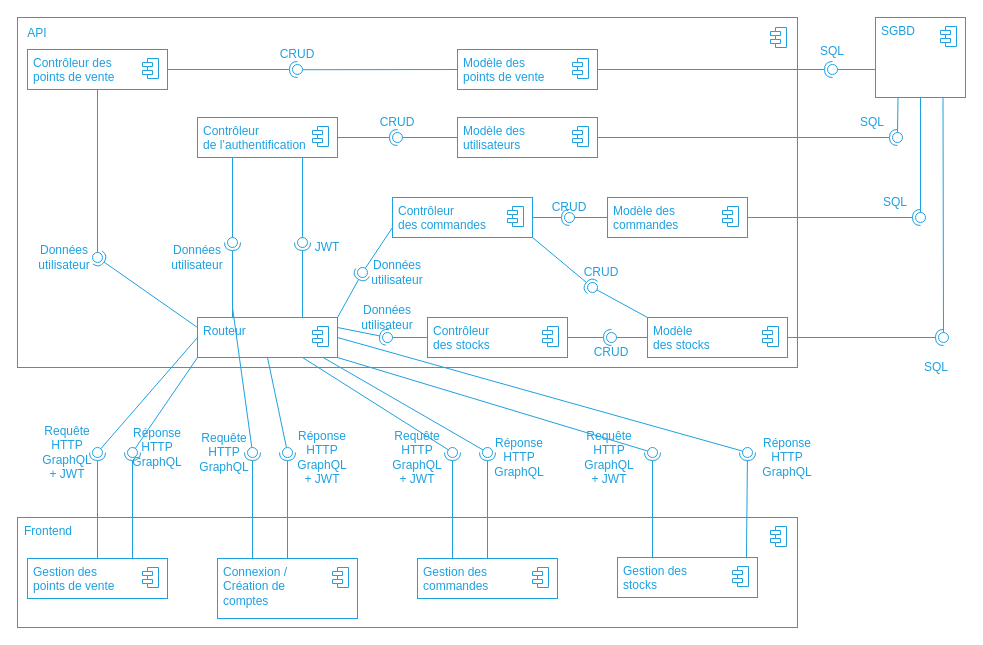
Above: img/figure_component-diagram.dio in centvingt/OCPizzaRedaction (draw.io), before the change. Source tidied: cells renumbered, new cells numbered last; positions are measured from the earlier drawing's top-left corner, leaving out a move shared by most shapes. Both pictures are drawn from the tidied source at 100%, with x=0, y=0 at pixel (17, 17).
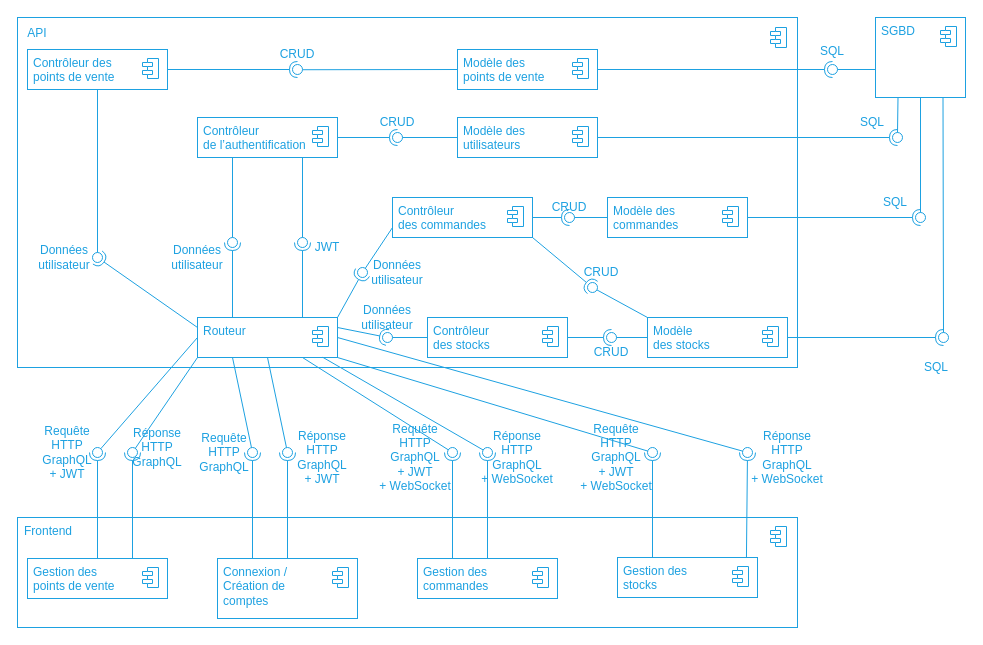
The same diagram, later.

Commit message (it also covers changes not shown here):
Ajout de WebSockets pour les commandes et le stock

The change refers to these unchanged cells:
```xml
<mxCell id="5" style="ellipse;whiteSpace=wrap;html=1;fontFamily=Helvetica;fontSize=12;fontColor=#000000;align=center;points=[];fillColor=none;strokeColor=#1DA1E1;" parent="1" vertex="1">
  <mxGeometry x="230" y="430" width="10" height="10" as="geometry" />
</mxCell>
<mxCell id="38" value="&lt;font color=&quot;#1da1e1&quot;&gt;Routeur&amp;nbsp;&lt;br&gt;&lt;/font&gt;" style="html=1;align=left;spacingLeft=4;verticalAlign=top;strokeColor=none;fillColor=none;" parent="37" vertex="1">
  <mxGeometry width="140" height="40" as="geometry" />
</mxCell>
```

The edit, as a diff of the source:
```diff
@@
-    <mxCell id="3" style="rounded=0;jettySize=auto;html=1;endArrow=none;endFill=0;strokeColor=#1DA1E1;" parent="1" edge="1" target="5">
-      <mxGeometry relative="1" as="geometry">
-        <mxPoint x="215" y="290" as="sourcePoint" />
-      </mxGeometry>
+    <mxCell id="3" style="rounded=0;jettySize=auto;html=1;endArrow=none;endFill=0;strokeColor=#1DA1E1;exitX=0.25;exitY=1;exitDx=0;exitDy=0;" parent="1" edge="1" source="38" target="5">
+      <mxGeometry relative="1" as="geometry" />
     </mxCell>
@@
-    <mxCell id="21" value="&lt;font color=&quot;#1da1e1&quot;&gt;Requête&lt;br&gt;HTTP&lt;br&gt;GraphQL&lt;br&gt;+ JWT&lt;br&gt;&lt;/font&gt;" style="text;html=1;strokeColor=none;fillColor=none;align=center;verticalAlign=middle;whiteSpace=wrap;rounded=0;" parent="1" vertex="1">
-      <mxGeometry x="380" y="430" width="40" height="20" as="geometry" />
+    <mxCell id="21" value="&lt;font color=&quot;#1da1e1&quot;&gt;Requête&lt;br&gt;HTTP&lt;br&gt;GraphQL&lt;br&gt;+ JWT&lt;br&gt;+ WebSocket&lt;br&gt;&lt;/font&gt;" style="text;html=1;strokeColor=none;fillColor=none;align=center;verticalAlign=middle;whiteSpace=wrap;rounded=0;" parent="1" vertex="1">
+      <mxGeometry x="358" y="430" width="80" height="20" as="geometry" />
     </mxCell>
-    <mxCell id="22" value="&lt;font color=&quot;#1da1e1&quot;&gt;Réponse&lt;br&gt;HTTP&lt;br&gt;GraphQL&lt;br&gt;&lt;/font&gt;" style="text;html=1;strokeColor=none;fillColor=none;align=center;verticalAlign=middle;whiteSpace=wrap;rounded=0;" parent="1" vertex="1">
-      <mxGeometry x="482" y="430" width="40" height="20" as="geometry" />
+    <mxCell id="22" value="&lt;font color=&quot;#1da1e1&quot;&gt;Réponse&lt;br&gt;HTTP&lt;br&gt;GraphQL&lt;br&gt;&lt;/font&gt;&lt;span style=&quot;color: rgb(29 , 161 , 225)&quot;&gt;+ WebSocket&lt;/span&gt;&lt;font color=&quot;#1da1e1&quot;&gt;&lt;br&gt;&lt;/font&gt;" style="text;html=1;strokeColor=none;fillColor=none;align=center;verticalAlign=middle;whiteSpace=wrap;rounded=0;" parent="1" vertex="1">
+      <mxGeometry x="456" y="430" width="88" height="20" as="geometry" />
     </mxCell>
@@
-    <mxCell id="77" value="&lt;font color=&quot;#1da1e1&quot;&gt;Réponse&lt;br&gt;HTTP&lt;br&gt;GraphQL&lt;br&gt;&lt;/font&gt;" style="text;html=1;strokeColor=none;fillColor=none;align=center;verticalAlign=middle;whiteSpace=wrap;rounded=0;" parent="1" vertex="1">
-      <mxGeometry x="750" y="430" width="40" height="20" as="geometry" />
+    <mxCell id="77" value="&lt;font color=&quot;#1da1e1&quot;&gt;Réponse&lt;br&gt;HTTP&lt;br&gt;GraphQL&lt;br&gt;+ WebSocket&lt;br&gt;&lt;/font&gt;" style="text;html=1;strokeColor=none;fillColor=none;align=center;verticalAlign=middle;whiteSpace=wrap;rounded=0;" parent="1" vertex="1">
+      <mxGeometry x="725" y="430" width="90" height="20" as="geometry" />
     </mxCell>
-    <mxCell id="78" value="&lt;font color=&quot;#1da1e1&quot;&gt;Requête&lt;br&gt;HTTP&lt;br&gt;GraphQL&lt;br&gt;+ JWT&lt;br&gt;&lt;/font&gt;" style="text;html=1;strokeColor=none;fillColor=none;align=center;verticalAlign=middle;whiteSpace=wrap;rounded=0;" parent="1" vertex="1">
-      <mxGeometry x="572" y="430" width="40" height="20" as="geometry" />
+    <mxCell id="78" value="&lt;font color=&quot;#1da1e1&quot;&gt;Requête&lt;br&gt;HTTP&lt;br&gt;GraphQL&lt;br&gt;+ JWT&lt;br&gt;&lt;/font&gt;&lt;span style=&quot;color: rgb(29 , 161 , 225)&quot;&gt;+ WebSocket&lt;/span&gt;&lt;font color=&quot;#1da1e1&quot;&gt;&lt;br&gt;&lt;/font&gt;" style="text;html=1;strokeColor=none;fillColor=none;align=center;verticalAlign=middle;whiteSpace=wrap;rounded=0;" parent="1" vertex="1">
+      <mxGeometry x="558" y="430" width="82" height="20" as="geometry" />
     </mxCell>
```
